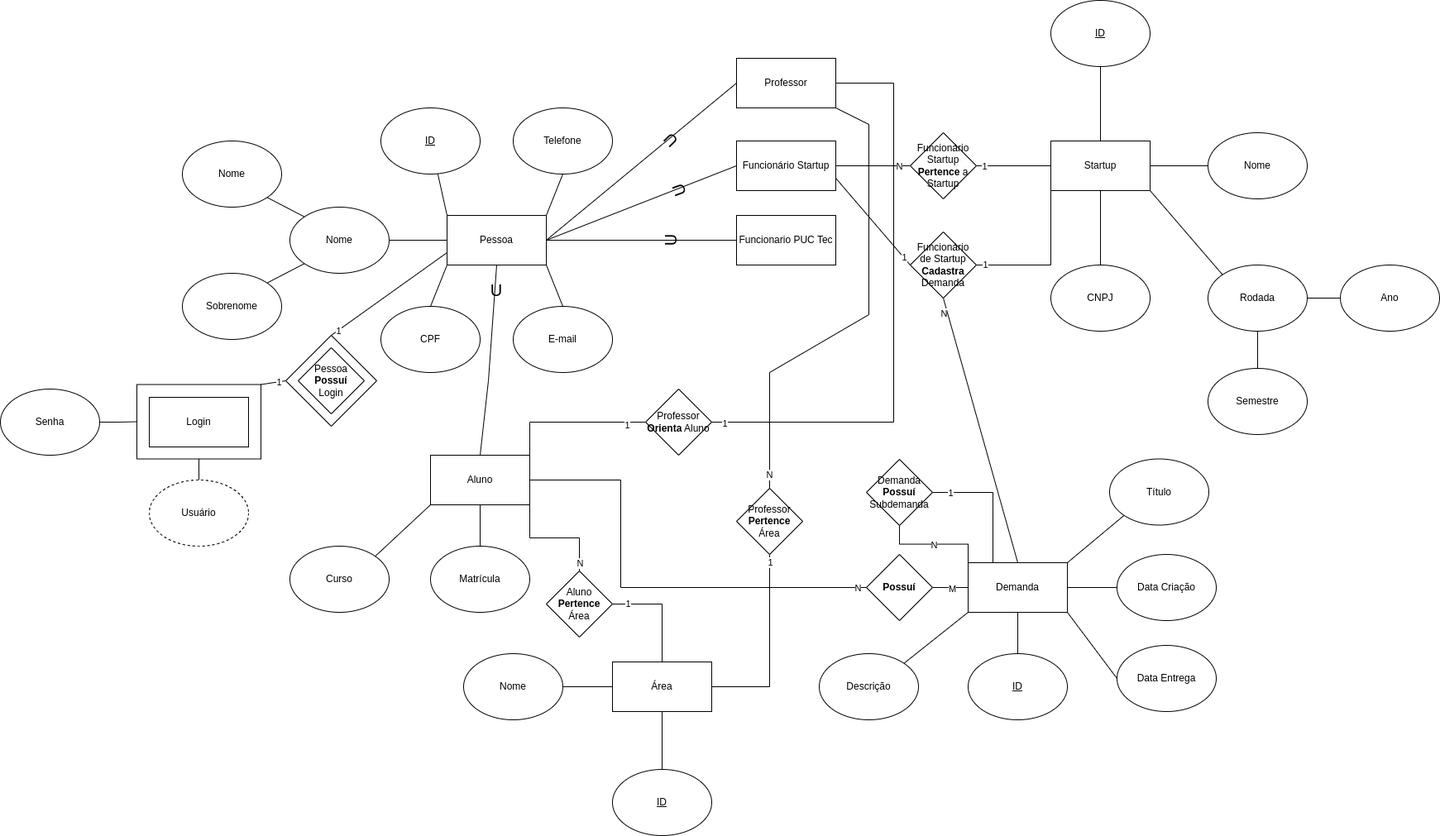
Earlier version of the draw.io export docs/Diagrama_Entidade_Relacionamento_Estendido.png (Henriquemcc/Prototipo_Sistema_Cadastro_Demandas_-_PUC_Tec). Source tidied: cells renumbered, new cells last; positions are measured from the earlier drawing's top-left corner, leaving out a move shared by most shapes.
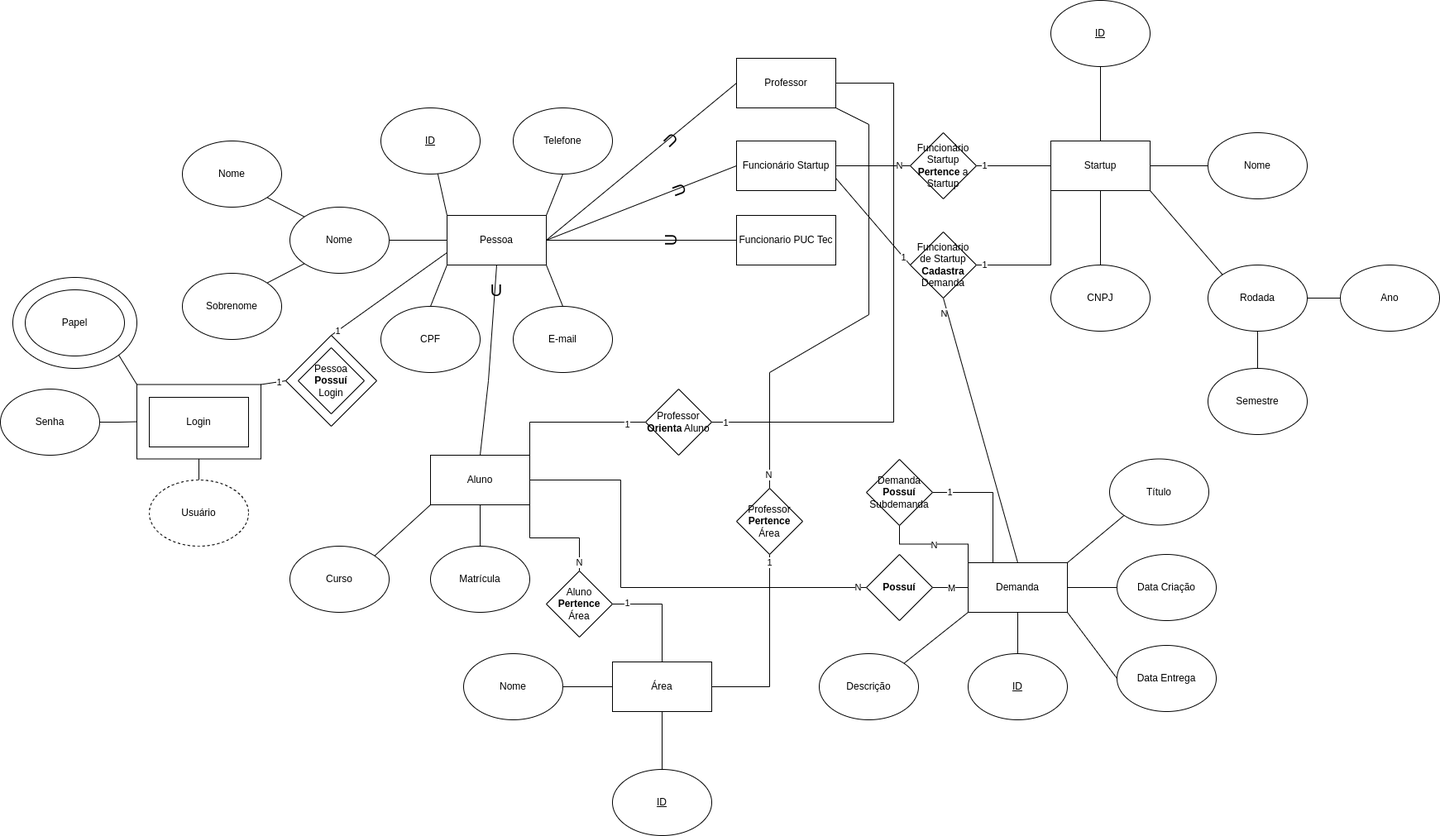
Later version of the same file.

Commit message:
Criando o atributo multivalorado 'Papel'

What changed in the source:
```diff
@@ -369,5 +369,17 @@
     <mxCell id="112" value="1" style="edgeLabel;html=1;align=center;verticalAlign=middle;" parent="111" vertex="1">
       <mxGeometry x="0.44" relative="1" as="geometry" />
     </mxCell>
+    <mxCell id="113" style="group;" parent="1" vertex="1">
+      <mxGeometry x="15" y="335" width="150" height="110" as="geometry" />
+    </mxCell>
+    <mxCell id="114" style="ellipse;whiteSpace=wrap;html=1;" parent="113" vertex="1">
+      <mxGeometry width="150" height="110" as="geometry" />
+    </mxCell>
+    <mxCell id="115" value="Papel" style="ellipse;whiteSpace=wrap;html=1;" parent="113" vertex="1">
+      <mxGeometry x="15" y="15" width="120" height="80" as="geometry" />
+    </mxCell>
+    <mxCell id="116" style="rounded=0;jettySize=auto;html=1;exitX=1;exitY=1;exitDx=0;exitDy=0;entryX=0;entryY=0;entryDx=0;entryDy=0;endArrow=none;endFill=0;" parent="1" edge="1" source="114" target="106">
+      <mxGeometry relative="1" as="geometry" />
+    </mxCell>
   </root>
 </mxGraphModel>
```
